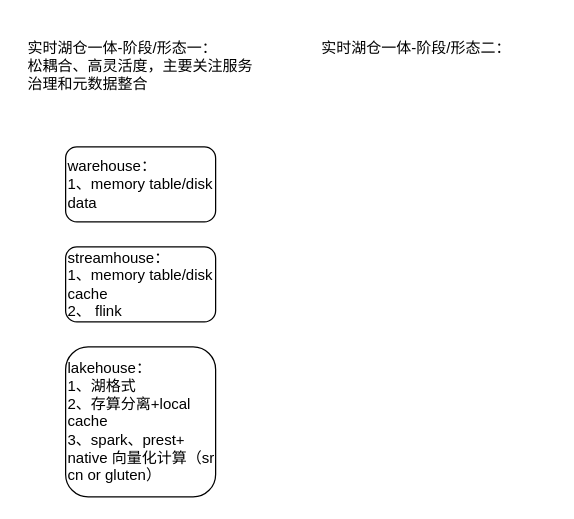
This is 天穹os.drawio from yuhuali1989/ui, a draw.io file, before an edit. Source tidied: cells renumbered, new cells numbered last; positions are measured from the earlier drawing's top-left corner, leaving out a move shared by most shapes. Both pictures are drawn from the tidied source at 125%, with x=0, y=0 at pixel (21, 34).
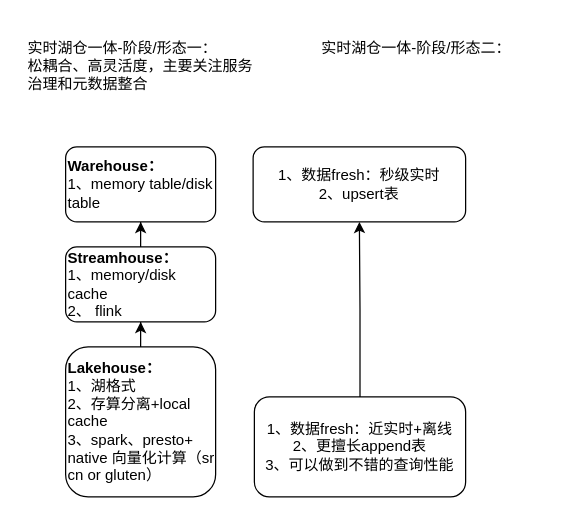
The same diagram, later.

Change to the diagram source:
```diff
@@
 <mxGraphModel>
   <root>
     <mxCell id="0" />
     <mxCell id="1" parent="0" />
-    <mxCell id="2" value="warehouse：&lt;br&gt;1、memory table/disk data" style="rounded=1;whiteSpace=wrap;html=1;align=left;" parent="1" vertex="1">
+    <mxCell id="2" value="&lt;b&gt;Warehouse：&lt;br&gt;&lt;/b&gt;1、memory table/disk table" style="rounded=1;whiteSpace=wrap;html=1;align=left;" parent="1" vertex="1">
       <mxGeometry x="35" y="90" width="120" height="60" as="geometry" />
     </mxCell>
+    <mxCell id="7" style="edgeStyle=orthogonalEdgeStyle;rounded=0;jettySize=auto;html=1;entryX=0.5;entryY=1;entryDx=0;entryDy=0;" parent="1" edge="1" source="3" target="6">
+      <mxGeometry relative="1" as="geometry" />
+    </mxCell>
-    <mxCell id="3" value="lakehouse：&lt;br&gt;1、湖格式&lt;br&gt;2、存算分离+local cache&lt;br&gt;3、spark、prest+ native 向量化计算（sr cn or gluten）" style="rounded=1;whiteSpace=wrap;html=1;align=left;" parent="1" vertex="1">
+    <mxCell id="3" value="&lt;b&gt;Lakehouse：&lt;br&gt;&lt;/b&gt;1、湖格式&lt;br&gt;2、存算分离+local cache&lt;br&gt;3、spark、presto+ native 向量化计算（sr cn or gluten）" style="rounded=1;whiteSpace=wrap;html=1;align=left;" parent="1" vertex="1">
       <mxGeometry x="35" y="250" width="120" height="120" as="geometry" />
     </mxCell>
     <mxCell id="4" value="&lt;br&gt;实时湖仓一体-阶段/形态一：&lt;br&gt;松耦合、高灵活度，主要关注服务治理和元数据整合" style="text;html=1;strokeColor=none;fillColor=none;spacing=5;spacingTop=-20;whiteSpace=wrap;overflow=hidden;rounded=0;" parent="1" vertex="1">
       <mxGeometry width="190" height="70" as="geometry" />
     </mxCell>
     <mxCell id="5" value="&lt;br&gt;实时湖仓一体-阶段/形态二：&lt;br&gt;" style="text;html=1;strokeColor=none;fillColor=none;spacing=5;spacingTop=-20;whiteSpace=wrap;overflow=hidden;rounded=0;" parent="1" vertex="1">
       <mxGeometry x="235" width="190" height="70" as="geometry" />
     </mxCell>
+    <mxCell id="8" style="edgeStyle=orthogonalEdgeStyle;rounded=0;jettySize=auto;html=1;entryX=0.5;entryY=1;entryDx=0;entryDy=0;" parent="1" edge="1" source="6" target="2">
+      <mxGeometry relative="1" as="geometry" />
+    </mxCell>
-    <mxCell id="6" value="streamhouse：&lt;br&gt;1、memory table/disk cache&lt;br&gt;2、 flink" style="rounded=1;whiteSpace=wrap;html=1;align=left;" parent="1" vertex="1">
+    <mxCell id="6" value="&lt;b&gt;Streamhouse：&lt;br&gt;&lt;/b&gt;1、memory/disk cache&lt;br&gt;2、 flink" style="rounded=1;whiteSpace=wrap;html=1;align=left;" parent="1" vertex="1">
       <mxGeometry x="35" y="170" width="120" height="60" as="geometry" />
     </mxCell>
+    <mxCell id="9" style="edgeStyle=orthogonalEdgeStyle;rounded=0;jettySize=auto;html=1;entryX=0.5;entryY=1;entryDx=0;entryDy=0;" parent="1" edge="1" source="10" target="11">
+      <mxGeometry relative="1" as="geometry" />
+    </mxCell>
+    <mxCell id="10" value="1、数据fresh：近实时+离线&lt;br&gt;2、更擅长append表&lt;br&gt;3、可以做到不错的查询性能" style="rounded=1;whiteSpace=wrap;html=1;" parent="1" vertex="1">
+      <mxGeometry x="186" y="290" width="169" height="80" as="geometry" />
+    </mxCell>
+    <mxCell id="11" value="1、数据fresh：秒级实时&lt;br&gt;2、upsert表" style="rounded=1;whiteSpace=wrap;html=1;" parent="1" vertex="1">
+      <mxGeometry x="185" y="90" width="170" height="60" as="geometry" />
+    </mxCell>
   </root>
 </mxGraphModel>
```
